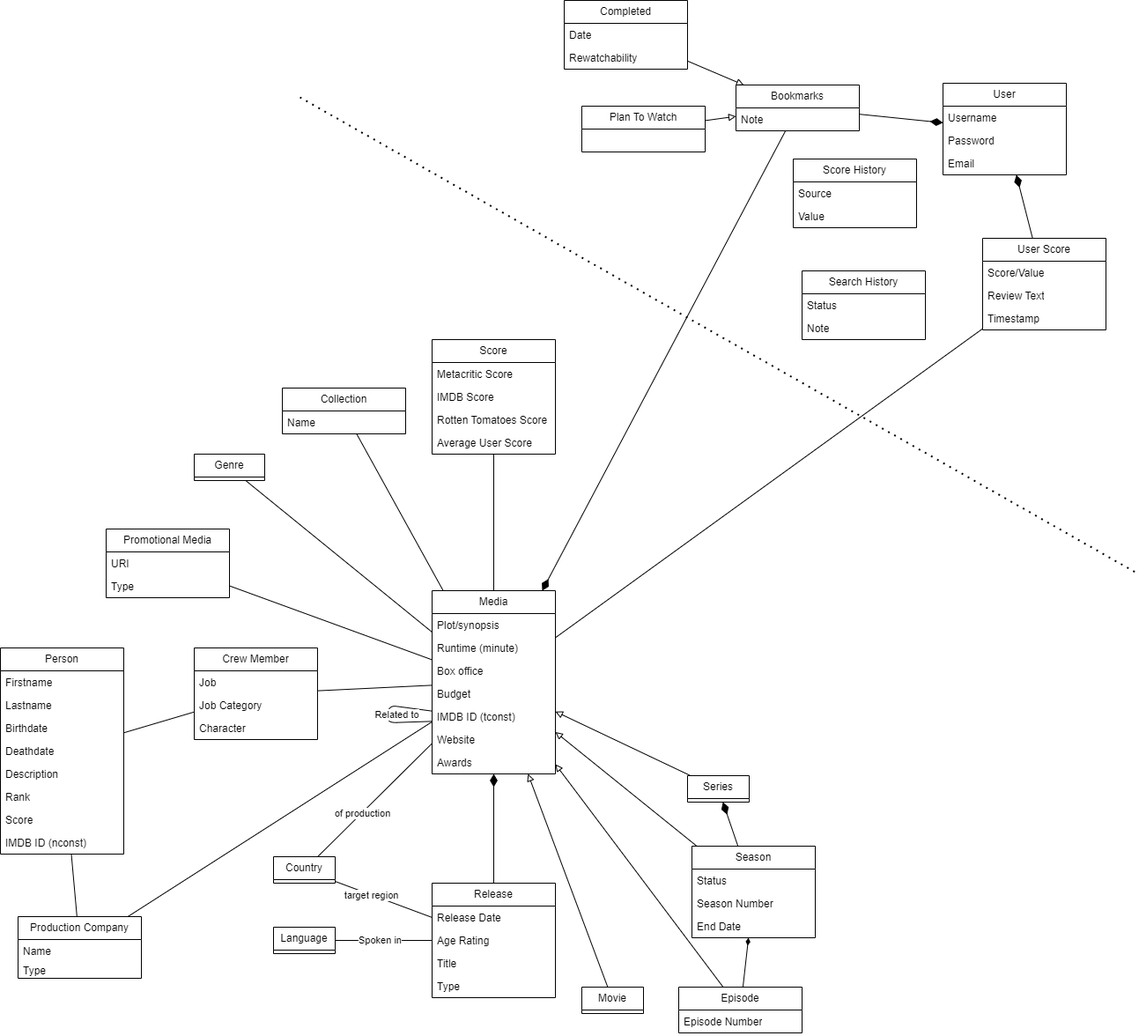
This is domain_model.drawio.png from RUC-MSc-CS-CIT-2024/portfolio_subproject_1, a draw.io export, as it was before one commit. Source tidied: cells renumbered, new cells last; positions are measured from the earlier drawing's top-left corner, leaving out a move shared by most shapes.
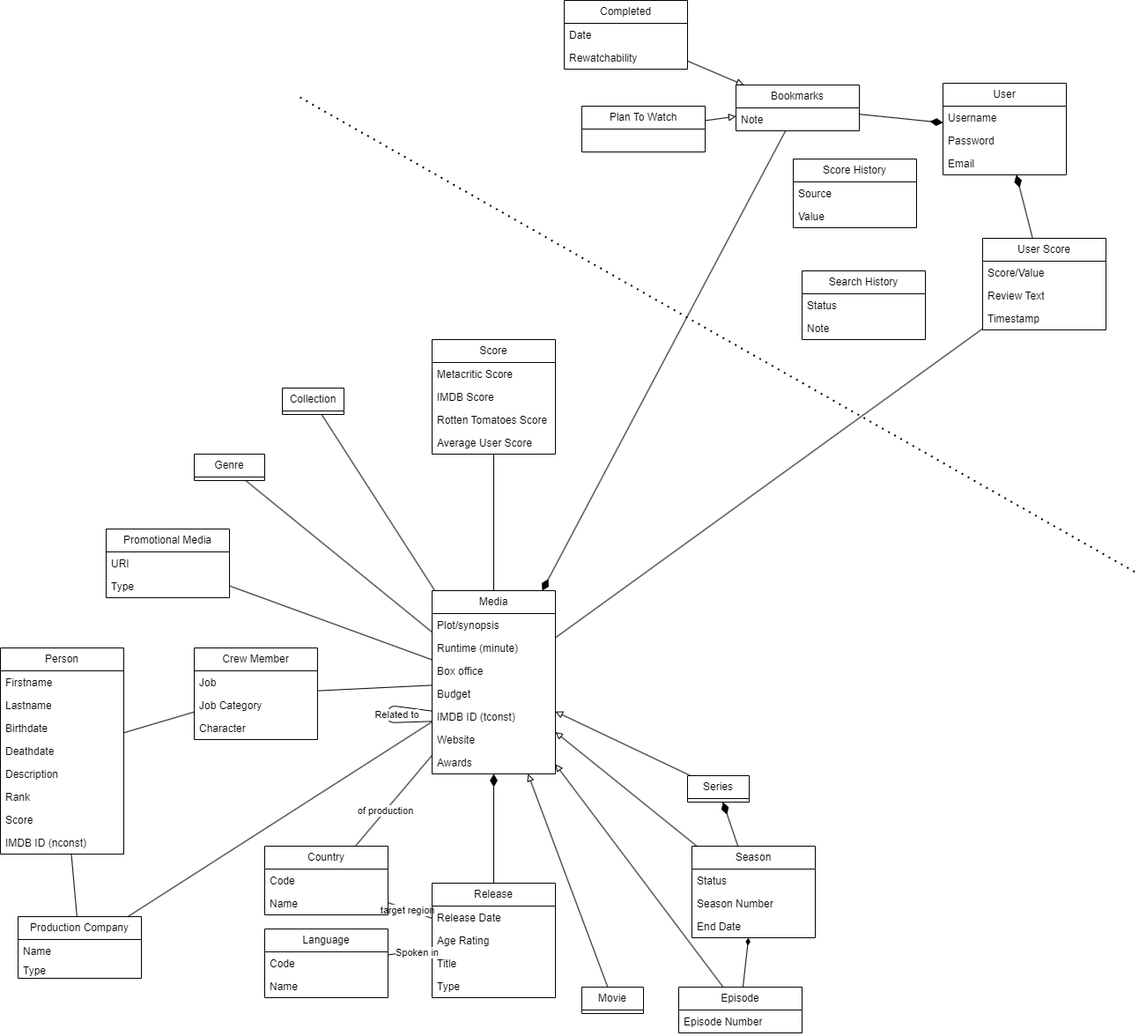
Above is the later version.

Commit message:
docs: add language and country as seperate entities

Diff of the diagram source:
```diff
@@ -127,12 +127,9 @@
     <mxCell id="42" value="Type" style="text;strokeColor=none;fillColor=none;align=left;verticalAlign=top;spacingLeft=4;spacingRight=4;overflow=hidden;whiteSpace=wrap;html=1;" parent="40" vertex="1">
       <mxGeometry y="48" width="140" height="22" as="geometry" />
     </mxCell>
-    <mxCell id="43" value="Collection" style="swimlane;fontStyle=0;horizontal=1;startSize=26;fillColor=none;whiteSpace=wrap;html=1;" parent="1" vertex="1">
-      <mxGeometry x="320" y="440" width="140" height="52" as="geometry" />
+    <mxCell id="43" value="Collection" style="swimlane;fontStyle=0;horizontal=1;startSize=26;fillColor=none;whiteSpace=wrap;html=1;" parent="1" vertex="1" collapsed="1">
+      <mxGeometry x="320" y="440" width="70" height="30" as="geometry" />
     </mxCell>
-    <mxCell id="44" value="Name" style="text;strokeColor=none;fillColor=none;align=left;verticalAlign=top;spacingLeft=4;spacingRight=4;overflow=hidden;whiteSpace=wrap;html=1;" parent="43" vertex="1">
-      <mxGeometry y="26" width="140" height="26" as="geometry" />
-    </mxCell>
     <mxCell id="45" style="rounded=0;jettySize=auto;html=1;endArrow=none;endFill=0;" parent="1" edge="1" source="47" target="71">
       <mxGeometry relative="1" as="geometry" />
     </mxCell>
@@ -297,9 +294,15 @@
         <mxPoint x="17" y="-3" as="offset" />
       </mxGeometry>
     </mxCell>
-    <mxCell id="98" value="Language" style="swimlane;fontStyle=0;horizontal=1;startSize=26;fillColor=none;whiteSpace=wrap;html=1;" parent="1" vertex="1" collapsed="1">
-      <mxGeometry x="310" y="1052" width="70" height="30" as="geometry" />
+    <mxCell id="98" value="Language" style="swimlane;fontStyle=0;horizontal=1;startSize=26;fillColor=none;whiteSpace=wrap;html=1;" parent="1" vertex="1">
+      <mxGeometry x="300" y="1054" width="140" height="78" as="geometry" />
     </mxCell>
+    <mxCell id="102" value="Code" style="text;strokeColor=none;fillColor=none;align=left;verticalAlign=top;spacingLeft=4;spacingRight=4;overflow=hidden;whiteSpace=wrap;html=1;" parent="98" vertex="1">
+      <mxGeometry y="26" width="140" height="26" as="geometry" />
+    </mxCell>
+    <mxCell id="103" value="Name" style="text;strokeColor=none;fillColor=none;align=left;verticalAlign=top;spacingLeft=4;spacingRight=4;overflow=hidden;whiteSpace=wrap;html=1;" parent="98" vertex="1">
+      <mxGeometry y="52" width="140" height="26" as="geometry" />
+    </mxCell>
     <mxCell id="99" style="edgeStyle=none;html=1;startArrow=none;startFill=0;endArrow=none;endFill=0;startSize=6;endSize=12;" parent="1" edge="1">
       <mxGeometry relative="1" as="geometry">
         <mxPoint x="490" y="806.7" as="sourcePoint" />
@@ -315,8 +318,14 @@
         <mxPoint x="-22" y="-10" as="offset" />
       </mxGeometry>
     </mxCell>
-    <mxCell id="101" value="Country" style="swimlane;fontStyle=0;horizontal=1;startSize=26;fillColor=none;whiteSpace=wrap;html=1;" parent="1" vertex="1" collapsed="1">
-      <mxGeometry x="310" y="972" width="70" height="30" as="geometry" />
+    <mxCell id="101" value="Country" style="swimlane;fontStyle=0;horizontal=1;startSize=26;fillColor=none;whiteSpace=wrap;html=1;" parent="1" vertex="1">
+      <mxGeometry x="300" y="960" width="140" height="78" as="geometry" />
     </mxCell>
+    <mxCell id="104" value="Code" style="text;strokeColor=none;fillColor=none;align=left;verticalAlign=top;spacingLeft=4;spacingRight=4;overflow=hidden;whiteSpace=wrap;html=1;" parent="101" vertex="1">
+      <mxGeometry y="26" width="140" height="26" as="geometry" />
+    </mxCell>
+    <mxCell id="105" value="Name" style="text;strokeColor=none;fillColor=none;align=left;verticalAlign=top;spacingLeft=4;spacingRight=4;overflow=hidden;whiteSpace=wrap;html=1;" parent="101" vertex="1">
+      <mxGeometry y="52" width="140" height="26" as="geometry" />
+    </mxCell>
   </root>
 </mxGraphModel>
```
